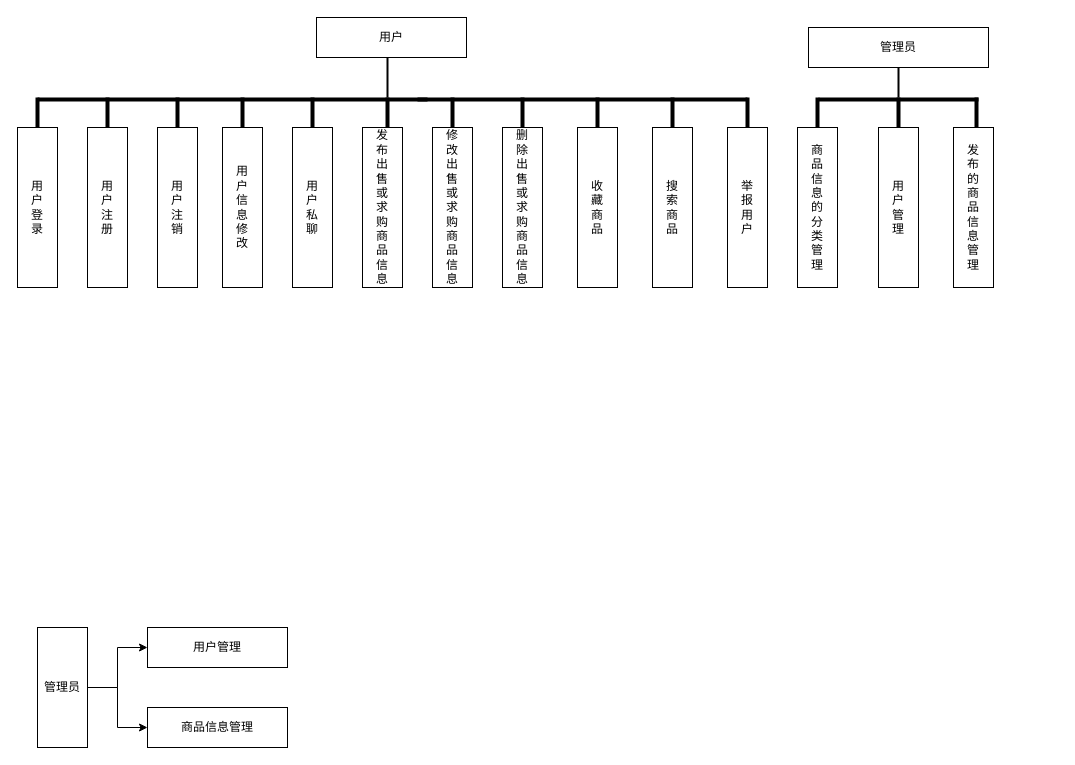
amazing-a/ER keeps this draw.io diagram as Untitled Diagram.drawio. Above is the earlier version. Source tidied: cells renumbered, new cells numbered last; positions are measured from the earlier drawing's top-left corner, leaving out a move shared by most shapes. Both pictures are drawn from the tidied source at 100%, with x=0, y=0 at pixel (17, 17).
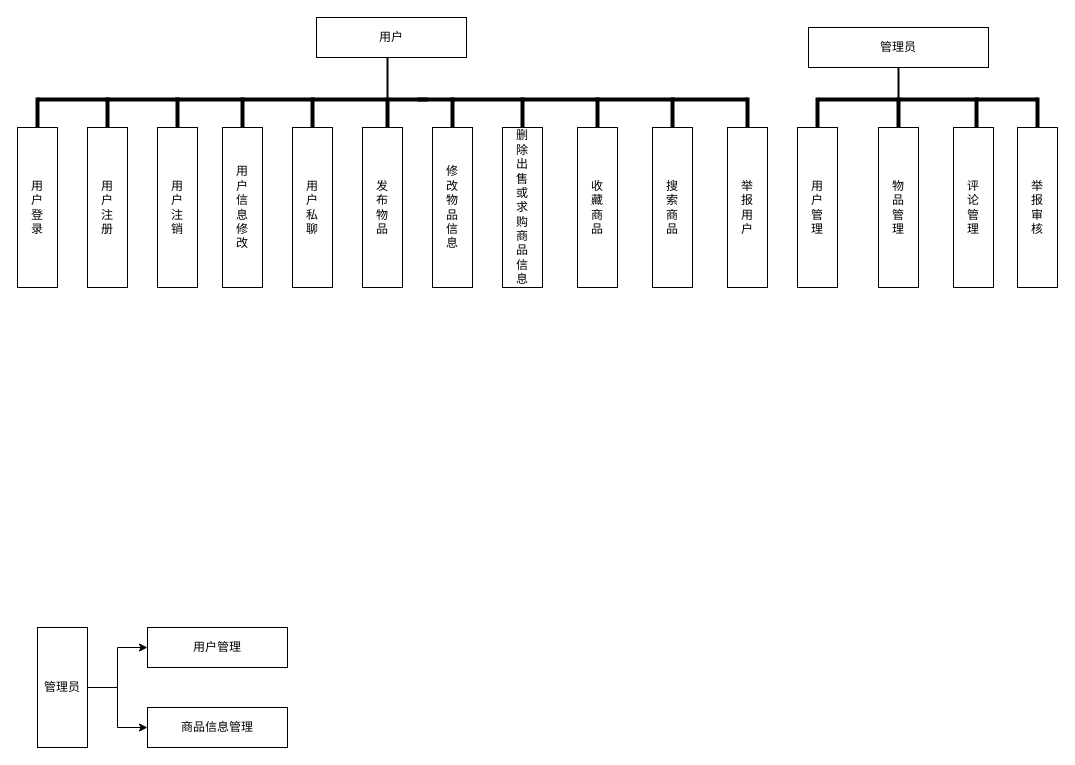
After the change.

The edit, as a diff of the source:
```diff
@@
-    <mxCell id="13" value="发&lt;br&gt;布&lt;br&gt;出&lt;br&gt;售&lt;br&gt;或&lt;br&gt;求&lt;br&gt;购&lt;br&gt;商&lt;br&gt;品&lt;br&gt;信&lt;br&gt;息" style="rounded=0;whiteSpace=wrap;html=1;" parent="1" vertex="1">
+    <mxCell id="13" value="发&lt;div&gt;布&lt;/div&gt;&lt;div&gt;物&lt;/div&gt;&lt;div&gt;品&lt;/div&gt;" style="rounded=0;whiteSpace=wrap;html=1;" parent="1" vertex="1">
       <mxGeometry x="345" y="110" width="40" height="160" as="geometry" />
     </mxCell>
-    <mxCell id="14" value="修&lt;br&gt;改&lt;br&gt;出&lt;br&gt;售&lt;br&gt;或&lt;br&gt;求&lt;br&gt;购&lt;br&gt;商&lt;br&gt;品&lt;br&gt;信&lt;br&gt;息" style="rounded=0;whiteSpace=wrap;html=1;" parent="1" vertex="1">
+    <mxCell id="14" value="修&lt;br&gt;改&lt;br&gt;物&lt;br&gt;品&lt;br&gt;信&lt;br&gt;息" style="rounded=0;whiteSpace=wrap;html=1;" parent="1" vertex="1">
       <mxGeometry x="415" y="110" width="40" height="160" as="geometry" />
     </mxCell>
@@
-    <mxCell id="17" value="商&lt;br&gt;品&lt;br&gt;信&lt;br&gt;息&lt;br&gt;的&lt;br&gt;分&lt;br&gt;类&lt;br&gt;管&lt;br&gt;理" style="rounded=0;whiteSpace=wrap;html=1;" parent="1" vertex="1">
+    <mxCell id="17" value="用&lt;div&gt;户&lt;/div&gt;&lt;div&gt;管&lt;/div&gt;&lt;div&gt;理&lt;/div&gt;" style="rounded=0;whiteSpace=wrap;html=1;" parent="1" vertex="1">
       <mxGeometry x="780" y="110" width="40" height="160" as="geometry" />
     </mxCell>
@@
-    <mxCell id="33" value="用&lt;br&gt;户&lt;br&gt;管&lt;br&gt;理" style="rounded=0;whiteSpace=wrap;html=1;" parent="1" vertex="1">
+    <mxCell id="33" value="物&lt;div&gt;品&lt;/div&gt;&lt;div&gt;管&lt;/div&gt;&lt;div&gt;理&lt;/div&gt;" style="rounded=0;whiteSpace=wrap;html=1;" parent="1" vertex="1">
       <mxGeometry x="861" y="110" width="40" height="160" as="geometry" />
     </mxCell>
-    <mxCell id="34" value="发&lt;br&gt;布&lt;br&gt;的&lt;br&gt;商&lt;br&gt;品&lt;br&gt;信&lt;br&gt;息&lt;br&gt;管&lt;br&gt;理" style="rounded=0;whiteSpace=wrap;html=1;" parent="1" vertex="1">
+    <mxCell id="34" value="评&lt;div&gt;论&lt;/div&gt;&lt;div&gt;管&lt;/div&gt;&lt;div&gt;理&lt;/div&gt;" style="rounded=0;whiteSpace=wrap;html=1;" parent="1" vertex="1">
       <mxGeometry x="936" y="110" width="40" height="160" as="geometry" />
     </mxCell>
     <mxCell id="35" style="line;strokeWidth=4;html=1;perimeter=backbonePerimeter;" parent="1" vertex="1">
-      <mxGeometry x="801" y="77" width="160" height="10" as="geometry" />
+      <mxGeometry x="801" y="77" width="219" height="10" as="geometry" />
     </mxCell>
@@
+    <mxCell id="42" value="举&lt;div&gt;报&lt;/div&gt;&lt;div&gt;审&lt;/div&gt;&lt;div&gt;核&lt;/div&gt;" style="rounded=0;whiteSpace=wrap;html=1;" parent="1" vertex="1">
+      <mxGeometry x="1000" y="110" width="40" height="160" as="geometry" />
+    </mxCell>
+    <mxCell id="43" style="line;strokeWidth=4;direction=south;html=1;perimeter=backbonePerimeter;" parent="1" vertex="1">
+      <mxGeometry x="1015" y="80" width="10" height="30" as="geometry" />
+    </mxCell>
```
